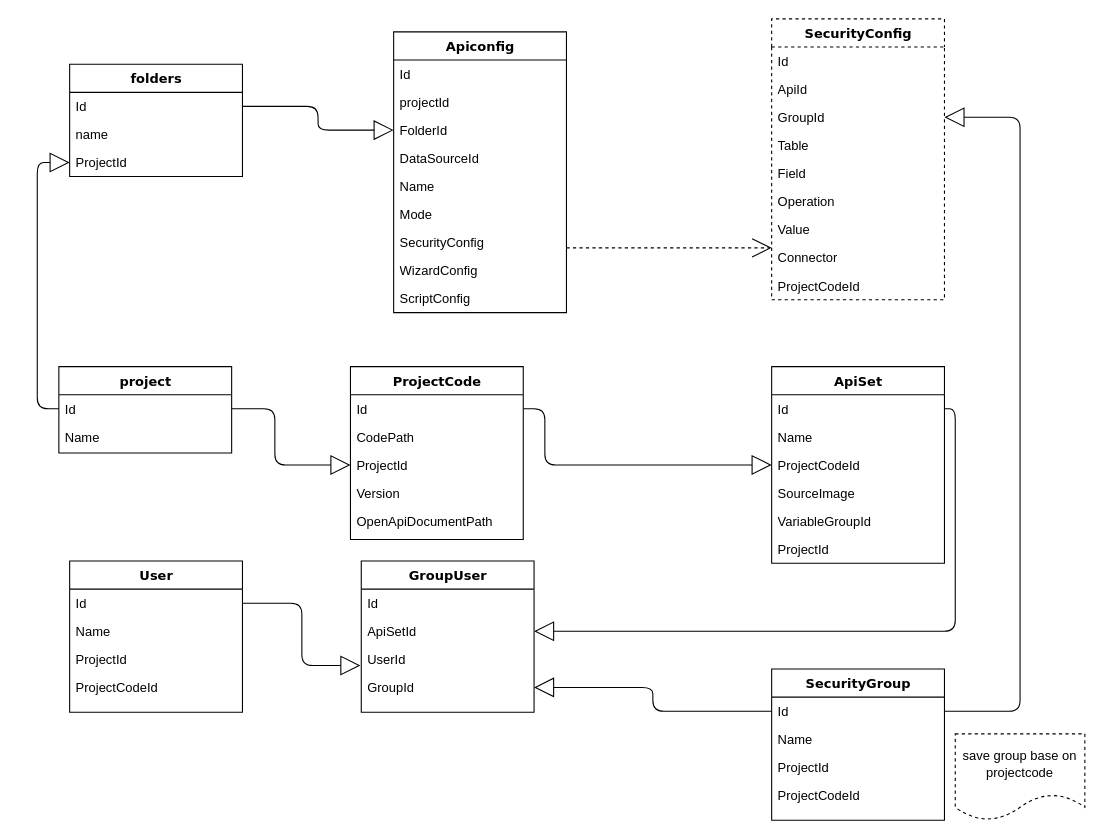
This is Untitled Diagram.drawio from JohnXu/JohnDiagrams, a draw.io file, before an edit. Source tidied: cells renumbered, new cells numbered last; positions are measured from the earlier drawing's top-left corner, leaving out a move shared by most shapes. Both pictures are drawn from the tidied source at 108%, with x=0, y=0 at pixel (37, 18).
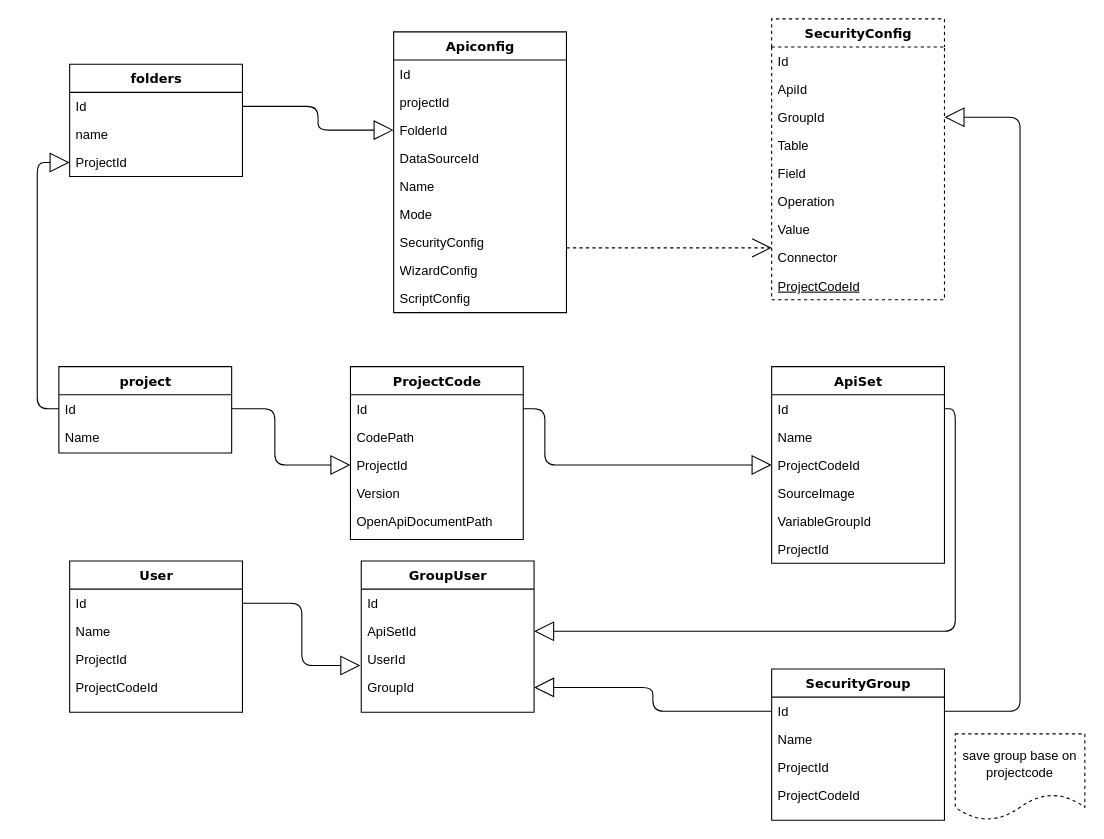
The same diagram, later.

The change refers to these unchanged cells:
```xml
<mxCell id="15" value="SecurityConfig" style="swimlane;html=1;fontStyle=1;align=center;verticalAlign=top;horizontal=1;startSize=26;swimlaneFillColor=#ffffff;rounded=0;shadow=0;comic=0;labelBackgroundColor=none;strokeWidth=1;fillColor=none;fontFamily=Verdana;fontSize=12;dashed=1;" parent="1" vertex="1">
  <mxGeometry x="680" width="160" height="260" as="geometry" />
</mxCell>
```

What changed in the source:
```diff
@@
-    <mxCell id="24" value="ProjectCodeId" style="text;html=1;strokeColor=none;fillColor=none;align=left;verticalAlign=top;spacingLeft=4;spacingRight=4;whiteSpace=wrap;overflow=hidden;" parent="15" vertex="1">
+    <mxCell id="24" value="ProjectCodeId" style="text;html=1;strokeColor=none;fillColor=none;align=left;verticalAlign=top;spacingLeft=4;spacingRight=4;whiteSpace=wrap;overflow=hidden;fontStyle=4;" parent="15" vertex="1">
       <mxGeometry y="234" width="160" height="26" as="geometry" />
     </mxCell>
```
